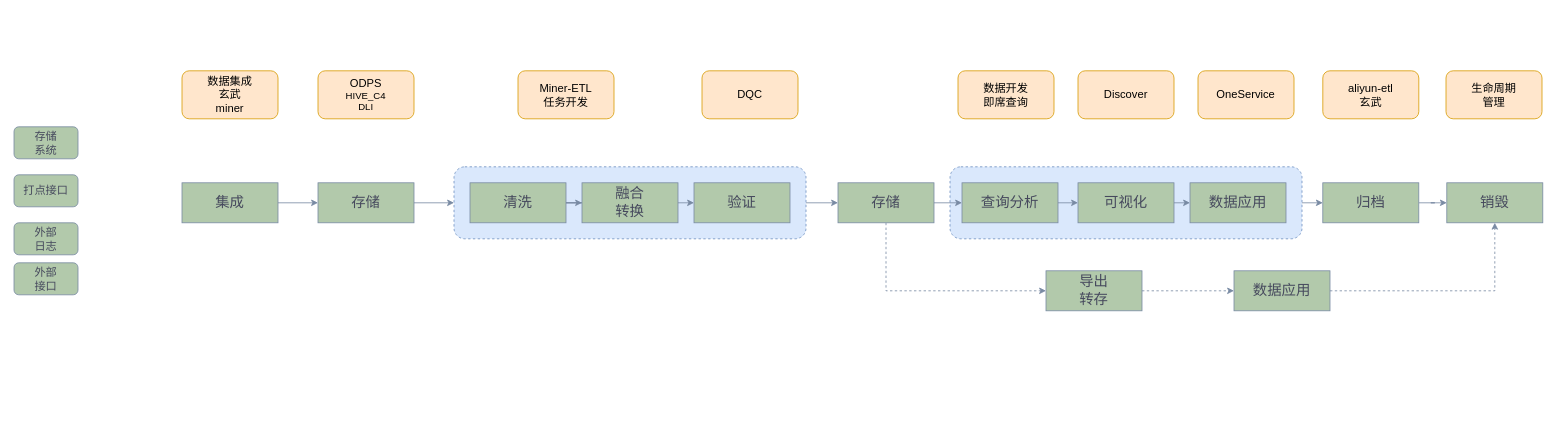
hongweilv-whu/flowCharts keeps this draw.io diagram as Untitled Diagram.drawio. Above is the earlier version. Source tidied: cells renumbered, new cells numbered last; positions are measured from the earlier drawing's top-left corner, leaving out a move shared by most shapes. Both pictures are drawn from the tidied source at 80%, with x=0, y=0 at pixel (14, 70).
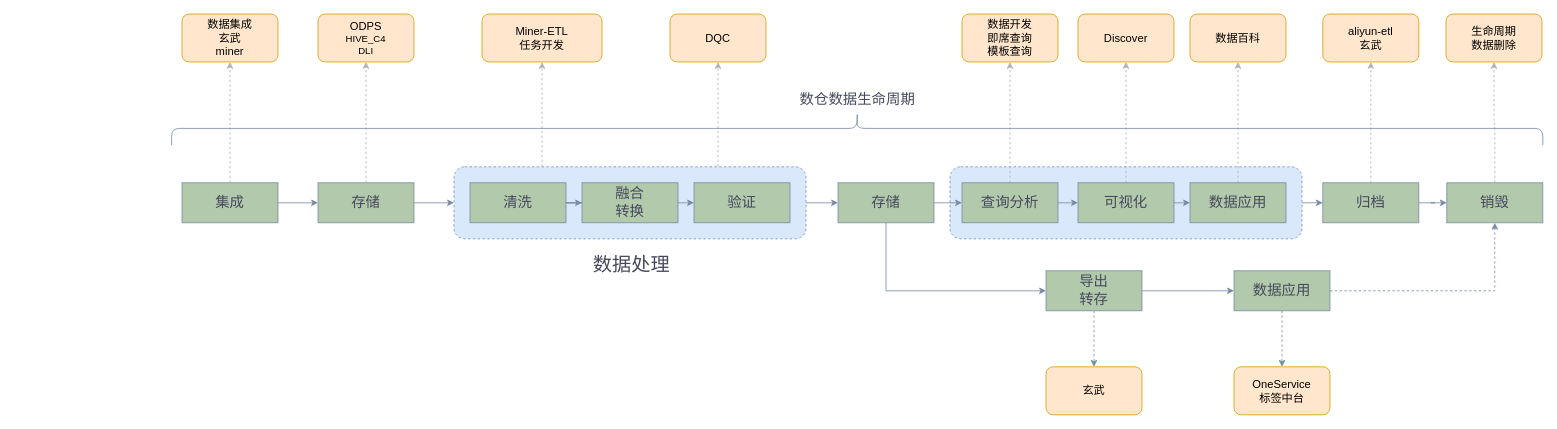
After the change.

The change refers to these unchanged cells:
```xml
<mxCell id="4" value="&lt;font style=&quot;font-size: 18px&quot;&gt;集成&lt;/font&gt;" style="rounded=0;whiteSpace=wrap;html=1;fillColor=#B2C9AB;strokeColor=#788AA3;fontColor=#46495D;" parent="1" vertex="1">
  <mxGeometry x="210" y="140" width="120" height="50" as="geometry" />
</mxCell>
<mxCell id="6" value="&lt;font style=&quot;font-size: 18px&quot;&gt;存储&lt;/font&gt;" style="rounded=0;whiteSpace=wrap;html=1;fillColor=#B2C9AB;strokeColor=#788AA3;fontColor=#46495D;" parent="1" vertex="1">
  <mxGeometry x="380" y="140" width="120" height="50" as="geometry" />
</mxCell>
<mxCell id="9" value="&lt;font style=&quot;font-size: 18px&quot;&gt;存储&lt;/font&gt;" style="rounded=0;whiteSpace=wrap;html=1;fillColor=#B2C9AB;strokeColor=#788AA3;fontColor=#46495D;" parent="1" vertex="1">
  <mxGeometry x="1030" y="140" width="120" height="50" as="geometry" />
</mxCell>
<mxCell id="11" value="&lt;font style=&quot;font-size: 18px&quot;&gt;导出&lt;br&gt;转存&lt;br&gt;&lt;/font&gt;" style="rounded=0;whiteSpace=wrap;html=1;fillColor=#B2C9AB;strokeColor=#788AA3;fontColor=#46495D;" parent="1" vertex="1">
  <mxGeometry x="1290" y="250" width="120" height="50" as="geometry" />
</mxCell>
<mxCell id="13" value="&lt;font style=&quot;font-size: 18px&quot;&gt;查询分析&lt;/font&gt;" style="rounded=0;whiteSpace=wrap;html=1;fillColor=#B2C9AB;strokeColor=#788AA3;fontColor=#46495D;" parent="1" vertex="1">
  <mxGeometry x="1185" y="140" width="120" height="50" as="geometry" />
</mxCell>
<mxCell id="15" value="&lt;font style=&quot;font-size: 18px&quot;&gt;数据应用&lt;/font&gt;" style="rounded=0;whiteSpace=wrap;html=1;fillColor=#B2C9AB;strokeColor=#788AA3;fontColor=#46495D;" parent="1" vertex="1">
  <mxGeometry x="1470" y="140" width="120" height="50" as="geometry" />
</mxCell>
<mxCell id="17" value="&lt;font style=&quot;font-size: 18px&quot;&gt;归档&lt;/font&gt;" style="rounded=0;whiteSpace=wrap;html=1;fillColor=#B2C9AB;strokeColor=#788AA3;fontColor=#46495D;" parent="1" vertex="1">
  <mxGeometry x="1636" y="140" width="120" height="50" as="geometry" />
</mxCell>
<mxCell id="18" value="&lt;font style=&quot;font-size: 18px&quot;&gt;销毁&lt;/font&gt;" style="rounded=0;whiteSpace=wrap;html=1;fillColor=#B2C9AB;strokeColor=#788AA3;fontColor=#46495D;" parent="1" vertex="1">
  <mxGeometry x="1791" y="140" width="120" height="50" as="geometry" />
</mxCell>
<mxCell id="24" style="rounded=1;whiteSpace=wrap;html=1;dashed=1;fillColor=#dae8fc;strokeColor=#6c8ebf;" parent="23" vertex="1">
  <mxGeometry width="440" height="90" as="geometry" />
</mxCell>
<mxCell id="32" value="&lt;font style=&quot;font-size: 18px&quot;&gt;数据应用&lt;/font&gt;" style="rounded=0;whiteSpace=wrap;html=1;fillColor=#B2C9AB;strokeColor=#788AA3;fontColor=#46495D;" parent="1" vertex="1">
  <mxGeometry x="1525" y="250" width="120" height="50" as="geometry" />
</mxCell>
<mxCell id="34" value="&lt;font style=&quot;font-size: 18px&quot;&gt;可视化&lt;/font&gt;" style="rounded=0;whiteSpace=wrap;html=1;fillColor=#B2C9AB;strokeColor=#788AA3;fontColor=#46495D;" parent="1" vertex="1">
  <mxGeometry x="1330" y="140" width="120" height="50" as="geometry" />
</mxCell>
```

Change to the diagram source:
```diff
@@
+    <mxCell id="44" style="edgeStyle=orthogonalEdgeStyle;curved=0;rounded=1;sketch=0;jettySize=auto;html=1;exitX=0.5;exitY=0;exitDx=0;exitDy=0;entryX=0.5;entryY=1;entryDx=0;entryDy=0;dashed=1;fontColor=#46495D;fillColor=#B2C9AB;strokeColor=#B3B3B3;" parent="1" edge="1" source="4" target="35">
+      <mxGeometry relative="1" as="geometry" />
+    </mxCell>
@@
+    <mxCell id="45" style="edgeStyle=orthogonalEdgeStyle;curved=0;rounded=1;sketch=0;jettySize=auto;html=1;exitX=0.5;exitY=0;exitDx=0;exitDy=0;entryX=0.5;entryY=1;entryDx=0;entryDy=0;dashed=1;fontColor=#46495D;fillColor=#B2C9AB;strokeColor=#B3B3B3;" parent="1" edge="1" source="6" target="36">
+      <mxGeometry relative="1" as="geometry" />
+    </mxCell>
@@
-    <mxCell id="8" style="edgeStyle=orthogonalEdgeStyle;rounded=0;jettySize=auto;html=1;exitX=0.5;exitY=1;exitDx=0;exitDy=0;entryX=0;entryY=0.5;entryDx=0;entryDy=0;strokeColor=#788AA3;fontColor=#46495D;dashed=1;" parent="1" edge="1" source="9" target="11">
+    <mxCell id="8" style="edgeStyle=orthogonalEdgeStyle;rounded=0;jettySize=auto;html=1;exitX=0.5;exitY=1;exitDx=0;exitDy=0;entryX=0;entryY=0.5;entryDx=0;entryDy=0;strokeColor=#788AA3;fontColor=#46495D;" parent="1" edge="1" source="9" target="11">
       <mxGeometry relative="1" as="geometry" />
     </mxCell>
@@
-    <mxCell id="10" style="edgeStyle=orthogonalEdgeStyle;rounded=0;jettySize=auto;html=1;exitX=1;exitY=0.5;exitDx=0;exitDy=0;entryX=0;entryY=0.5;entryDx=0;entryDy=0;strokeColor=#788AA3;fontColor=#46495D;dashed=1;" parent="1" edge="1" source="11" target="32">
+    <mxCell id="10" style="edgeStyle=orthogonalEdgeStyle;rounded=0;jettySize=auto;html=1;exitX=1;exitY=0.5;exitDx=0;exitDy=0;entryX=0;entryY=0.5;entryDx=0;entryDy=0;strokeColor=#788AA3;fontColor=#46495D;" parent="1" edge="1" source="11" target="32">
       <mxGeometry relative="1" as="geometry" />
     </mxCell>
+    <mxCell id="46" style="edgeStyle=orthogonalEdgeStyle;curved=0;rounded=1;sketch=0;jettySize=auto;html=1;exitX=0.5;exitY=1;exitDx=0;exitDy=0;entryX=0.5;entryY=0;entryDx=0;entryDy=0;dashed=1;fontColor=#46495D;strokeColor=#788AA3;fillColor=#B2C9AB;" parent="1" edge="1" source="11" target="57">
+      <mxGeometry relative="1" as="geometry" />
+    </mxCell>
@@
+    <mxCell id="47" style="edgeStyle=none;rounded=0;sketch=0;jettySize=auto;html=1;exitX=0.5;exitY=0;exitDx=0;exitDy=0;entryX=0.5;entryY=1;entryDx=0;entryDy=0;fontColor=#46495D;fillColor=#B2C9AB;strokeColor=#B3B3B3;dashed=1;" parent="1" edge="1" source="13" target="39">
+      <mxGeometry relative="1" as="geometry" />
+    </mxCell>
@@
+    <mxCell id="48" style="edgeStyle=none;rounded=1;sketch=0;jettySize=auto;html=1;exitX=0.5;exitY=0;exitDx=0;exitDy=0;entryX=0.5;entryY=1;entryDx=0;entryDy=0;fontColor=#46495D;fillColor=#B2C9AB;strokeColor=#B3B3B3;dashed=1;" parent="1" edge="1" source="15" target="54">
+      <mxGeometry relative="1" as="geometry" />
+    </mxCell>
@@
+    <mxCell id="49" style="edgeStyle=orthogonalEdgeStyle;curved=0;rounded=1;sketch=0;jettySize=auto;html=1;exitX=0.5;exitY=0;exitDx=0;exitDy=0;entryX=0.5;entryY=1;entryDx=0;entryDy=0;dashed=1;fontColor=#46495D;fillColor=#B2C9AB;strokeColor=#B3B3B3;" parent="1" edge="1" source="17" target="42">
+      <mxGeometry relative="1" as="geometry" />
+    </mxCell>
@@
+    <mxCell id="50" style="edgeStyle=orthogonalEdgeStyle;curved=0;rounded=1;sketch=0;jettySize=auto;html=1;exitX=0.5;exitY=0;exitDx=0;exitDy=0;entryX=0.5;entryY=1;entryDx=0;entryDy=0;dashed=1;fontColor=#46495D;fillColor=#B2C9AB;strokeColor=#B3B3B3;" parent="1" edge="1" source="18" target="43">
+      <mxGeometry relative="1" as="geometry" />
+    </mxCell>
@@
-    <mxCell id="19" value="&lt;font style=&quot;font-size: 14px&quot;&gt;存储&lt;br&gt;系统&lt;/font&gt;" style="rounded=1;whiteSpace=wrap;html=1;fillColor=#B2C9AB;strokeColor=#788AA3;shadow=0;fontColor=#46495D;" parent="1" vertex="1">
-      <mxGeometry y="70" width="80" height="40" as="geometry" />
-    </mxCell>
-    <mxCell id="20" value="&lt;span style=&quot;font-size: 14px&quot;&gt;打点接口&lt;/span&gt;" style="rounded=1;whiteSpace=wrap;html=1;fillColor=#B2C9AB;strokeColor=#788AA3;shadow=0;fontColor=#46495D;" parent="1" vertex="1">
-      <mxGeometry y="130" width="80" height="40" as="geometry" />
-    </mxCell>
-    <mxCell id="21" value="&lt;span style=&quot;font-size: 14px&quot;&gt;外部&lt;br&gt;日志&lt;/span&gt;" style="rounded=1;whiteSpace=wrap;html=1;fillColor=#B2C9AB;strokeColor=#788AA3;shadow=0;fontColor=#46495D;" parent="1" vertex="1">
-      <mxGeometry y="190" width="80" height="40" as="geometry" />
-    </mxCell>
-    <mxCell id="22" value="&lt;span style=&quot;font-size: 14px&quot;&gt;外部&lt;br&gt;接口&lt;/span&gt;" style="rounded=1;whiteSpace=wrap;html=1;fillColor=#B2C9AB;strokeColor=#788AA3;shadow=0;fontColor=#46495D;" parent="1" vertex="1">
-      <mxGeometry y="240" width="80" height="40" as="geometry" />
-    </mxCell>
@@
+    <mxCell id="51" style="edgeStyle=orthogonalEdgeStyle;curved=0;rounded=1;sketch=0;jettySize=auto;html=1;exitX=0.5;exitY=1;exitDx=0;exitDy=0;dashed=1;fontColor=#46495D;strokeColor=#788AA3;fillColor=#B2C9AB;" parent="1" edge="1" source="32" target="53">
+      <mxGeometry relative="1" as="geometry" />
+    </mxCell>
@@
+    <mxCell id="52" style="edgeStyle=none;rounded=0;sketch=0;jettySize=auto;html=1;exitX=0.5;exitY=0;exitDx=0;exitDy=0;fontColor=#46495D;fillColor=#B2C9AB;strokeColor=#B3B3B3;dashed=1;" parent="1" edge="1" source="34" target="40">
+      <mxGeometry relative="1" as="geometry" />
+    </mxCell>
@@
     <mxCell id="35" value="&lt;font style=&quot;font-size: 14px&quot;&gt;数据集成&lt;br&gt;玄武&lt;br&gt;miner&lt;/font&gt;" style="rounded=1;whiteSpace=wrap;html=1;sketch=0;strokeColor=#d79b00;fillColor=#ffe6cc;align=center;" parent="1" vertex="1">
-      <mxGeometry x="210" width="120" height="60" as="geometry" />
+      <mxGeometry x="210" y="-71" width="120" height="60" as="geometry" />
     </mxCell>
     <mxCell id="36" value="&lt;span style=&quot;font-size: 14px&quot;&gt;ODPS&lt;br&gt;&lt;/span&gt;HIVE_C4&lt;br&gt;DLI" style="rounded=1;whiteSpace=wrap;html=1;sketch=0;strokeColor=#d79b00;fillColor=#ffe6cc;align=center;" parent="1" vertex="1">
-      <mxGeometry x="380" width="120" height="60" as="geometry" />
+      <mxGeometry x="380" y="-71" width="120" height="60" as="geometry" />
     </mxCell>
     <mxCell id="37" value="&lt;span style=&quot;font-size: 14px&quot;&gt;DQC&lt;/span&gt;" style="rounded=1;whiteSpace=wrap;html=1;sketch=0;strokeColor=#d79b00;fillColor=#ffe6cc;align=center;" parent="1" vertex="1">
-      <mxGeometry x="860" width="120" height="60" as="geometry" />
+      <mxGeometry x="820" y="-71" width="120" height="60" as="geometry" />
     </mxCell>
     <mxCell id="38" value="&lt;span style=&quot;font-size: 14px&quot;&gt;Miner-ETL&lt;br&gt;任务开发&lt;br&gt;&lt;/span&gt;" style="rounded=1;whiteSpace=wrap;html=1;sketch=0;strokeColor=#d79b00;fillColor=#ffe6cc;align=center;" parent="1" vertex="1">
-      <mxGeometry x="630" width="120" height="60" as="geometry" />
+      <mxGeometry x="585" y="-71" width="150" height="60" as="geometry" />
     </mxCell>
-    <mxCell id="39" value="&lt;span style=&quot;font-size: 14px&quot;&gt;数据开发&lt;br&gt;即席查询&lt;br&gt;&lt;/span&gt;" style="rounded=1;whiteSpace=wrap;html=1;sketch=0;strokeColor=#d79b00;fillColor=#ffe6cc;align=center;" parent="1" vertex="1">
-      <mxGeometry x="1180" width="120" height="60" as="geometry" />
+    <mxCell id="39" value="&lt;span style=&quot;font-size: 14px&quot;&gt;数据开发&lt;br&gt;即席查询&lt;br&gt;模板查询&lt;br&gt;&lt;/span&gt;" style="rounded=1;whiteSpace=wrap;html=1;sketch=0;strokeColor=#d79b00;fillColor=#ffe6cc;align=center;" parent="1" vertex="1">
+      <mxGeometry x="1185" y="-71" width="120" height="60" as="geometry" />
     </mxCell>
     <mxCell id="40" value="&lt;span style=&quot;font-size: 14px&quot;&gt;Discover&lt;br&gt;&lt;/span&gt;" style="rounded=1;whiteSpace=wrap;html=1;sketch=0;strokeColor=#d79b00;fillColor=#ffe6cc;align=center;" parent="1" vertex="1">
-      <mxGeometry x="1330" width="120" height="60" as="geometry" />
+      <mxGeometry x="1330" y="-71" width="120" height="60" as="geometry" />
     </mxCell>
-    <mxCell id="41" value="&lt;span style=&quot;font-size: 14px&quot;&gt;OneService&lt;br&gt;&lt;/span&gt;" style="rounded=1;whiteSpace=wrap;html=1;sketch=0;strokeColor=#d79b00;fillColor=#ffe6cc;align=center;" parent="1" vertex="1">
-      <mxGeometry x="1480" width="120" height="60" as="geometry" />
-    </mxCell>
     <mxCell id="42" value="&lt;span style=&quot;font-size: 14px&quot;&gt;aliyun-etl&lt;br&gt;玄武&lt;br&gt;&lt;/span&gt;" style="rounded=1;whiteSpace=wrap;html=1;sketch=0;strokeColor=#d79b00;fillColor=#ffe6cc;align=center;" parent="1" vertex="1">
-      <mxGeometry x="1636" width="120" height="60" as="geometry" />
+      <mxGeometry x="1636" y="-71" width="120" height="60" as="geometry" />
     </mxCell>
-    <mxCell id="43" value="&lt;span style=&quot;font-size: 14px&quot;&gt;生命周期&lt;br&gt;管理&lt;br&gt;&lt;/span&gt;" style="rounded=1;whiteSpace=wrap;html=1;sketch=0;strokeColor=#d79b00;fillColor=#ffe6cc;align=center;" parent="1" vertex="1">
-      <mxGeometry x="1790" width="120" height="60" as="geometry" />
+    <mxCell id="43" value="&lt;span style=&quot;font-size: 14px&quot;&gt;生命周期&lt;br&gt;数据删除&lt;br&gt;&lt;/span&gt;" style="rounded=1;whiteSpace=wrap;html=1;sketch=0;strokeColor=#d79b00;fillColor=#ffe6cc;align=center;" parent="1" vertex="1">
+      <mxGeometry x="1790" y="-71" width="120" height="60" as="geometry" />
     </mxCell>
+    <mxCell id="53" value="&lt;span style=&quot;font-size: 14px&quot;&gt;OneService&lt;br&gt;&lt;/span&gt;&lt;span style=&quot;font-size: 14px&quot;&gt;标签中台&lt;br&gt;&lt;/span&gt;" style="rounded=1;whiteSpace=wrap;html=1;sketch=0;strokeColor=#d79b00;fillColor=#ffe6cc;align=center;" parent="1" vertex="1">
+      <mxGeometry x="1525" y="370" width="120" height="60" as="geometry" />
+    </mxCell>
+    <mxCell id="54" value="&lt;span style=&quot;font-size: 14px&quot;&gt;数据百科&lt;br&gt;&lt;/span&gt;" style="rounded=1;whiteSpace=wrap;html=1;sketch=0;strokeColor=#d79b00;fillColor=#ffe6cc;align=center;" parent="1" vertex="1">
+      <mxGeometry x="1470" y="-71" width="120" height="60" as="geometry" />
+    </mxCell>
+    <mxCell id="55" style="edgeStyle=orthogonalEdgeStyle;curved=0;rounded=1;sketch=0;jettySize=auto;html=1;exitX=0.25;exitY=0;exitDx=0;exitDy=0;dashed=1;fontColor=#46495D;fillColor=#B2C9AB;entryX=0.5;entryY=1;entryDx=0;entryDy=0;strokeColor=#B3B3B3;" parent="1" edge="1" source="24" target="38">
+      <mxGeometry relative="1" as="geometry" />
+    </mxCell>
+    <mxCell id="56" style="edgeStyle=orthogonalEdgeStyle;curved=0;rounded=1;sketch=0;jettySize=auto;html=1;exitX=0.75;exitY=0;exitDx=0;exitDy=0;dashed=1;fontColor=#46495D;fillColor=#B2C9AB;strokeColor=#B3B3B3;" parent="1" edge="1" source="24" target="37">
+      <mxGeometry relative="1" as="geometry" />
+    </mxCell>
+    <mxCell id="57" value="&lt;span style=&quot;font-size: 14px&quot;&gt;玄武&lt;br&gt;&lt;/span&gt;" style="rounded=1;whiteSpace=wrap;html=1;sketch=0;strokeColor=#d79b00;fillColor=#ffe6cc;align=center;" parent="1" vertex="1">
+      <mxGeometry x="1290" y="370" width="120" height="60" as="geometry" />
+    </mxCell>
+    <mxCell id="58" style="shape=curlyBracket;whiteSpace=wrap;html=1;rounded=1;flipH=1;sketch=0;fontColor=#46495D;strokeColor=#788AA3;fillColor=#B2C9AB;align=center;direction=south;size=0.5;" parent="1" vertex="1">
+      <mxGeometry x="197" y="51" width="1714" height="42" as="geometry" />
+    </mxCell>
+    <mxCell id="59" value="&lt;font style=&quot;font-size: 18px&quot;&gt;数仓数据生命周期&lt;/font&gt;" style="text;html=1;strokeColor=none;fillColor=none;align=center;verticalAlign=middle;whiteSpace=wrap;rounded=0;sketch=0;fontColor=#46495D;" parent="1" vertex="1">
+      <mxGeometry x="976.5" y="26" width="155" height="20" as="geometry" />
+    </mxCell>
+    <mxCell id="60" value="&lt;font style=&quot;font-size: 24px&quot;&gt;数据处理&lt;/font&gt;" style="text;html=1;strokeColor=none;fillColor=none;align=center;verticalAlign=middle;whiteSpace=wrap;rounded=0;sketch=0;fontColor=#46495D;" parent="1" vertex="1">
+      <mxGeometry x="713" y="233" width="118" height="20" as="geometry" />
+    </mxCell>
```
